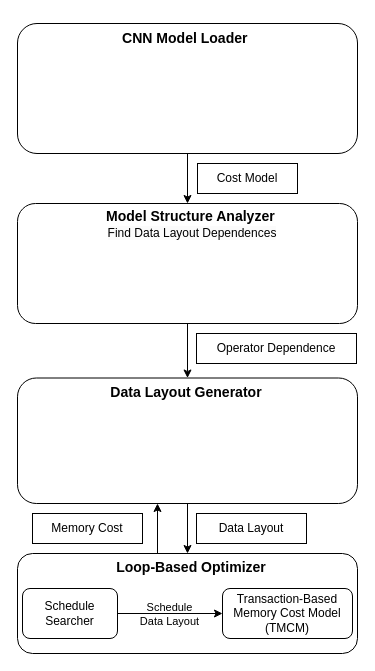
ArmeriaWang/image-sync keeps this draw.io diagram as memex-overview.drawio. Above is the earlier version. Source tidied: cells renumbered, new cells numbered last; positions are measured from the earlier drawing's top-left corner, leaving out a move shared by most shapes. Both pictures are drawn from the tidied source at 100%, with x=0, y=0 at pixel (17, 23).
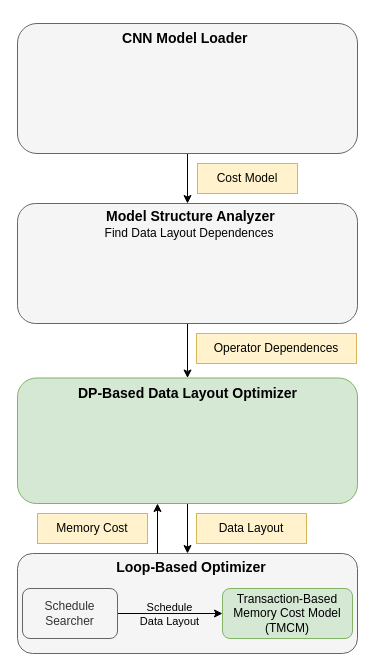
The same diagram, later.

Unchanged cells that the change refers to:
```xml
<mxCell id="15" style="group;" parent="1" vertex="1">
  <mxGeometry y="530" width="340" height="100" as="geometry" />
</mxCell>
<mxCell id="18" style="group;" parent="15" vertex="1">
  <mxGeometry x="5" y="35" width="330" height="50" as="geometry" />
</mxCell>
```

The edit, as a diff of the source:
```diff
@@
-    <mxCell id="3" style="rounded=1;whiteSpace=wrap;html=1;" parent="1" vertex="1">
+    <mxCell id="3" style="rounded=1;whiteSpace=wrap;html=1;fillColor=#f5f5f5;fontColor=#333333;strokeColor=#666666;" parent="1" vertex="1">
       <mxGeometry width="340" height="130" as="geometry" />
     </mxCell>
@@
-    <mxCell id="5" style="whiteSpace=wrap;html=1;rounded=1;" parent="1" vertex="1">
+    <mxCell id="5" style="whiteSpace=wrap;html=1;rounded=1;fillColor=#f5f5f5;fontColor=#333333;strokeColor=#666666;" parent="1" vertex="1">
       <mxGeometry y="180" width="340" height="120" as="geometry" />
     </mxCell>
@@
-    <mxCell id="7" style="whiteSpace=wrap;html=1;rounded=1;" parent="1" vertex="1">
+    <mxCell id="7" style="whiteSpace=wrap;html=1;rounded=1;fillColor=#d5e8d4;strokeColor=#82b366;" parent="1" vertex="1">
       <mxGeometry y="354.5" width="340" height="125.5" as="geometry" />
     </mxCell>
-    <mxCell id="8" value="Cost Model" style="rounded=0;whiteSpace=wrap;html=1;" parent="1" vertex="1">
+    <mxCell id="8" value="Cost Model" style="rounded=0;whiteSpace=wrap;html=1;fillColor=#fff2cc;strokeColor=#d6b656;" parent="1" vertex="1">
       <mxGeometry x="180" y="140" width="100" height="30" as="geometry" />
     </mxCell>
-    <mxCell id="9" value="Operator Dependence" style="rounded=0;whiteSpace=wrap;html=1;" parent="1" vertex="1">
+    <mxCell id="9" value="Operator Dependences" style="rounded=0;whiteSpace=wrap;html=1;fillColor=#fff2cc;strokeColor=#d6b656;" parent="1" vertex="1">
       <mxGeometry x="179" y="310" width="160" height="30" as="geometry" />
     </mxCell>
-    <mxCell id="10" value="Data Layout" style="rounded=0;whiteSpace=wrap;html=1;" parent="1" vertex="1">
+    <mxCell id="10" value="Data Layout" style="rounded=0;whiteSpace=wrap;html=1;fillColor=#fff2cc;strokeColor=#d6b656;" parent="1" vertex="1">
       <mxGeometry x="179" y="490" width="110" height="30" as="geometry" />
     </mxCell>
-    <mxCell id="11" value="Memory Cost" style="rounded=0;whiteSpace=wrap;html=1;" parent="1" vertex="1">
-      <mxGeometry x="15" y="490" width="110" height="30" as="geometry" />
+    <mxCell id="11" value="Memory Cost" style="rounded=0;whiteSpace=wrap;html=1;fillColor=#fff2cc;strokeColor=#d6b656;" parent="1" vertex="1">
+      <mxGeometry x="20" y="490" width="110" height="30" as="geometry" />
     </mxCell>
@@
-    <mxCell id="13" value="&#10;&lt;span style=&quot;color: rgb(0, 0, 0); font-family: Helvetica; font-size: 12px; font-style: normal; font-variant-ligatures: normal; font-variant-caps: normal; font-weight: 400; letter-spacing: normal; orphans: 2; text-align: left; text-indent: 0px; text-transform: none; widows: 2; word-spacing: 0px; -webkit-text-stroke-width: 0px; background-color: rgb(251, 251, 251); text-decoration-thickness: initial; text-decoration-style: initial; text-decoration-color: initial; float: none; display: inline !important;&quot;&gt;Find Data Layout Dependences&lt;/span&gt;&#10;&#10;" style="text;html=1;strokeColor=none;fillColor=none;align=center;verticalAlign=middle;whiteSpace=wrap;rounded=0;" parent="1" vertex="1">
-      <mxGeometry x="60" y="202" width="230" height="30" as="geometry" />
+    <mxCell id="13" value="&lt;p style=&quot;line-height: 100%;&quot;&gt;&lt;span style=&quot;color: rgb(0, 0, 0); font-family: Helvetica; font-size: 12px; font-style: normal; font-variant-ligatures: normal; font-variant-caps: normal; font-weight: 400; letter-spacing: normal; orphans: 2; text-align: left; text-indent: 0px; text-transform: none; widows: 2; word-spacing: 0px; -webkit-text-stroke-width: 0px; text-decoration-thickness: initial; text-decoration-style: initial; text-decoration-color: initial; float: none; display: inline !important;&quot;&gt;Find Data Layout Dependences&lt;/span&gt;&lt;br&gt;&lt;/p&gt;" style="text;html=1;strokeColor=none;fillColor=none;align=center;verticalAlign=middle;whiteSpace=wrap;rounded=0;opacity=0;labelBackgroundColor=none;" parent="1" vertex="1">
+      <mxGeometry x="57" y="194" width="230" height="30" as="geometry" />
     </mxCell>
@@
-    <mxCell id="16" value="&lt;div style=&quot;text-align: justify;&quot;&gt;&lt;br&gt;&lt;/div&gt;" style="whiteSpace=wrap;html=1;rounded=1;" parent="15" vertex="1">
+    <mxCell id="16" value="&lt;div style=&quot;text-align: justify;&quot;&gt;&lt;br&gt;&lt;/div&gt;" style="whiteSpace=wrap;html=1;rounded=1;fillColor=#f5f5f5;fontColor=#333333;strokeColor=#666666;" parent="15" vertex="1">
       <mxGeometry width="340" height="100" as="geometry" />
     </mxCell>
@@
-    <mxCell id="19" value="Transaction-Based Memory Cost Model (TMCM)" style="whiteSpace=wrap;html=1;rounded=1;" parent="18" vertex="1">
+    <mxCell id="19" value="Transaction-Based Memory Cost Model (TMCM)" style="whiteSpace=wrap;html=1;rounded=1;fillColor=#d5e8d4;strokeColor=#82b366;" parent="18" vertex="1">
       <mxGeometry x="200" width="130" height="50" as="geometry" />
     </mxCell>
@@
-    <mxCell id="22" value="Schedule Searcher" style="whiteSpace=wrap;html=1;rounded=1;" parent="18" vertex="1">
+    <mxCell id="22" value="Schedule Searcher" style="whiteSpace=wrap;html=1;rounded=1;fillColor=#f5f5f5;fontColor=#333333;strokeColor=#666666;" parent="18" vertex="1">
       <mxGeometry width="95" height="50" as="geometry" />
     </mxCell>
-    <mxCell id="23" value="&lt;h3 style=&quot;border-color: var(--border-color);&quot;&gt;Data Layout Generator&lt;/h3&gt;" style="text;html=1;strokeColor=none;fillColor=none;align=center;verticalAlign=middle;whiteSpace=wrap;rounded=0;" parent="1" vertex="1">
-      <mxGeometry x="59" y="354" width="220" height="30" as="geometry" />
+    <mxCell id="23" value="&lt;h3 style=&quot;border-color: var(--border-color);&quot;&gt;DP-Based Data Layout Optimizer&lt;/h3&gt;" style="text;html=1;strokeColor=none;fillColor=none;align=center;verticalAlign=middle;whiteSpace=wrap;rounded=0;" parent="1" vertex="1">
+      <mxGeometry x="54.5" y="354.5" width="231" height="30" as="geometry" />
     </mxCell>
```
